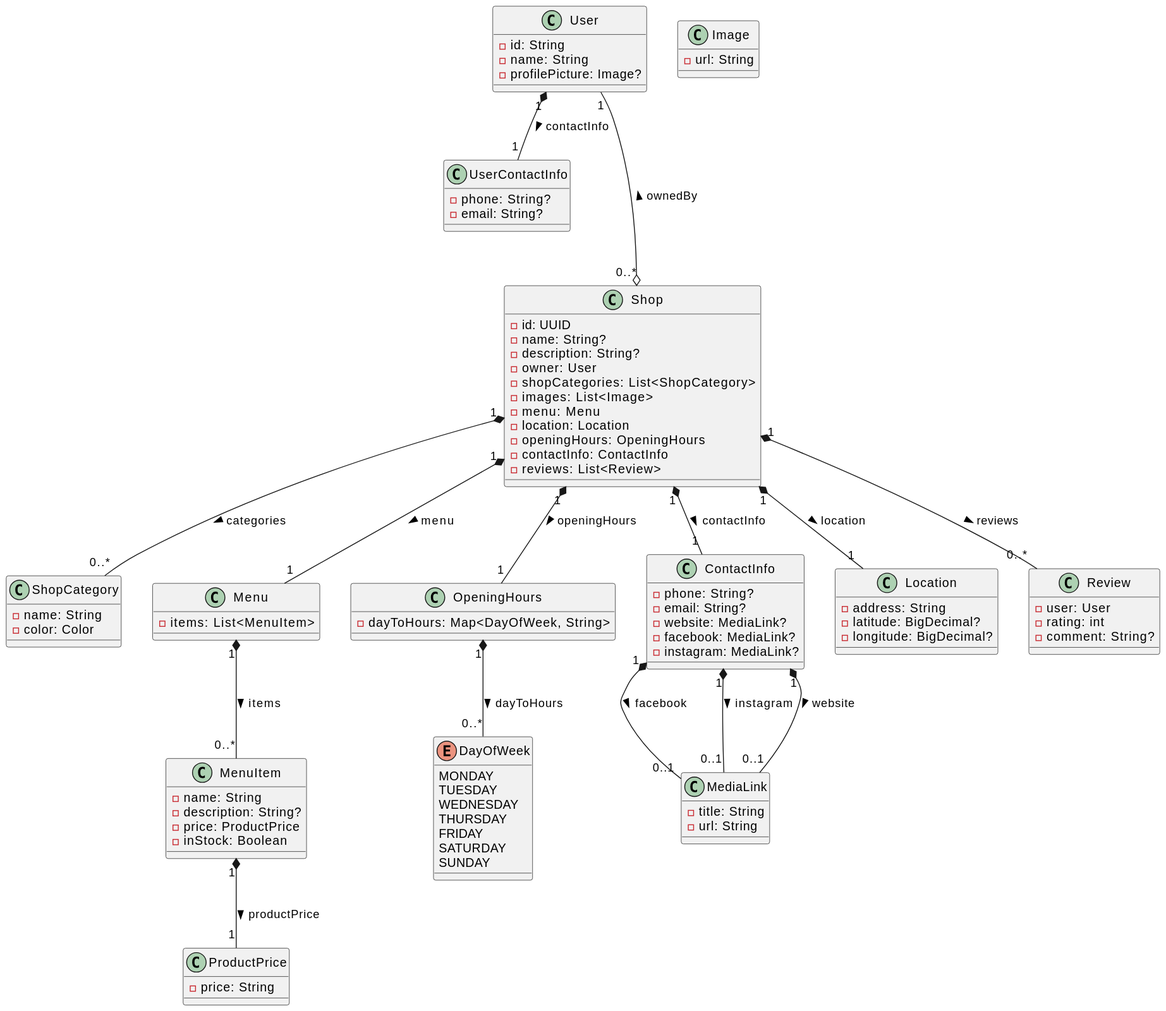
Before: docs/diagram-img/class.svg, a diagram exported from PlantUML (tondracek/my-farmer).
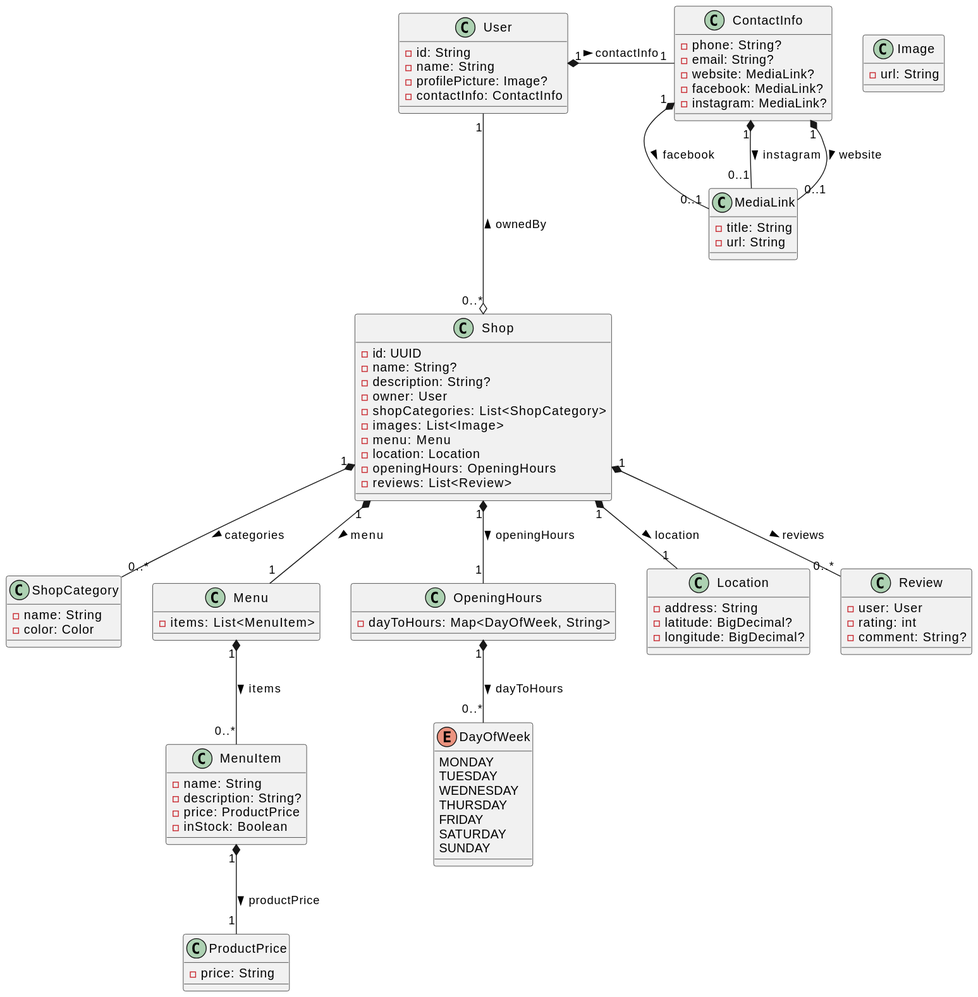
After the commit.

Commit message:
🖼️ Auto-update UML diagrams

Change to the diagram source:
```diff
@@ -5,15 +5,29 @@
     - id: String
     - name: String
     - profilePicture: Image?
+    - contactInfo: ContactInfo
 }
 
 
-class UserContactInfo {
+class ContactInfo {
     - phone: String?
     - email: String?
+    - website: MediaLink?
+    - facebook: MediaLink?
+    - instagram: MediaLink?
 }
 
-User "1" *-- "1" UserContactInfo : contactInfo >
+User "1" *- "1" ContactInfo : contactInfo >
+
+
+class MediaLink {
+    - title: String
+    - url: String
+}
+
+ContactInfo "1" *-- "0..1" MediaLink : facebook >
+ContactInfo "1" *-- "0..1" MediaLink : instagram >
+ContactInfo "1" *-- "0..1" MediaLink : website >
 
 
 class Shop {
@@ -26,7 +40,6 @@
     - menu: Menu
     - location: Location
     - openingHours: OpeningHours
-    - contactInfo: ContactInfo
     - reviews: List<Review>
 }
 
@@ -79,27 +92,6 @@
 OpeningHours "1" *-- "0..*" DayOfWeek : dayToHours >
 
 
-class ContactInfo {
-    - phone: String?
-    - email: String?
-    - website: MediaLink?
-    - facebook: MediaLink?
-    - instagram: MediaLink?
-}
-
-Shop "1" *-- "1" ContactInfo : contactInfo >
-
-
-class MediaLink {
-    - title: String
-    - url: String
-}
-
-ContactInfo "1" *-- "0..1" MediaLink : facebook >
-ContactInfo "1" *-- "0..1" MediaLink : instagram >
-ContactInfo "1" *-- "0..1" MediaLink : website >
-
-
 class Location {
     - address: String
     - latitude: BigDecimal?
```
